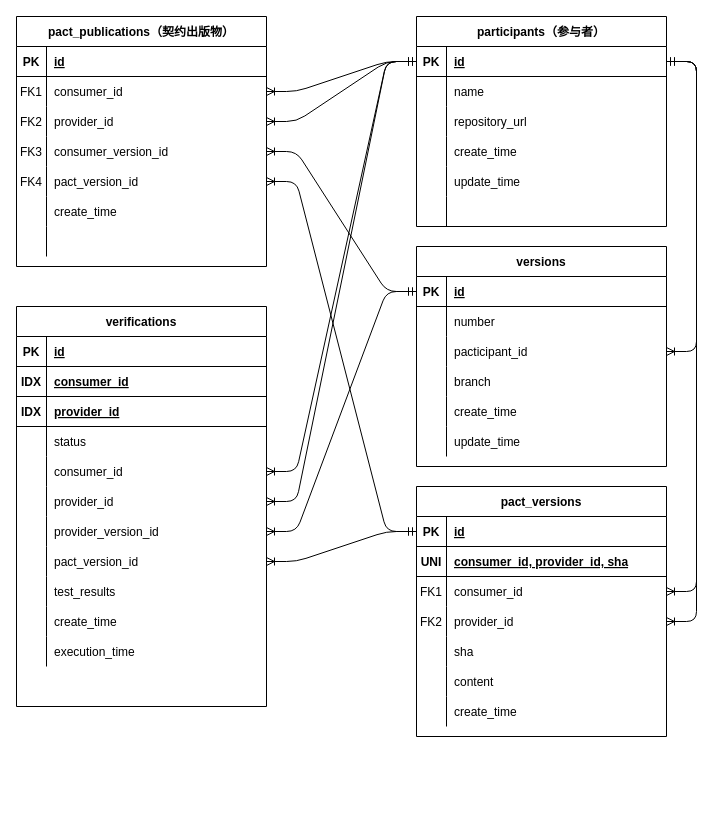
The draw.io diagram pact.drawio in panda-win/pact, before the edit. Source tidied: cells renumbered, new cells numbered last; positions are measured from the earlier drawing's top-left corner, leaving out a move shared by most shapes. Both pictures are drawn from the tidied source at 100%, with x=0, y=0 at pixel (16, 16).
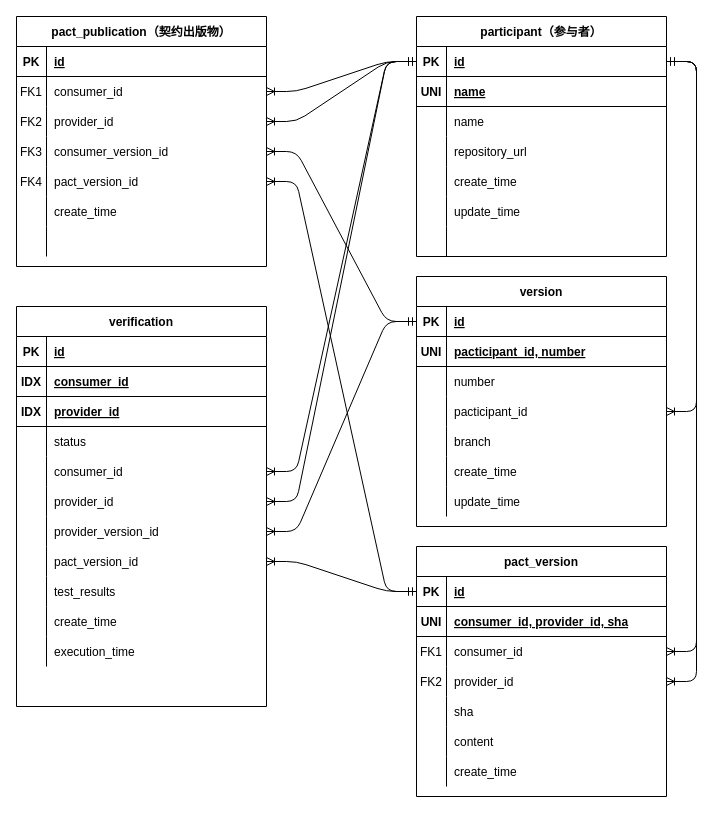
After the change.

Change to the diagram source:
```diff
@@
-    <mxCell id="2" value="pact_publications（契约出版物）" style="shape=table;startSize=30;childLayout=tableLayout;rowLines=0;fontStyle=1;align=center;" parent="1" vertex="1">
+    <mxCell id="2" value="pact_publication（契约出版物）" style="shape=table;startSize=30;childLayout=tableLayout;rowLines=0;fontStyle=1;align=center;" parent="1" vertex="1">
       <mxGeometry width="250" height="250" as="geometry" />
     </mxCell>
@@
-    <mxCell id="24" value="versions" style="shape=table;startSize=30;childLayout=tableLayout;rowLines=0;fontStyle=1;align=center;" parent="1" vertex="1">
-      <mxGeometry x="400" y="230" width="250" height="220" as="geometry" />
+    <mxCell id="24" value="version" style="shape=table;startSize=30;childLayout=tableLayout;rowLines=0;fontStyle=1;align=center;" parent="1" vertex="1">
+      <mxGeometry x="400" y="260" width="250" height="250" as="geometry" />
     </mxCell>
@@
+    <mxCell id="129" style="shape=partialRectangle;fillColor=none;top=0;left=0;right=0;bottom=1;" parent="24" vertex="1">
+      <mxGeometry y="60" width="250" height="30" as="geometry" />
+    </mxCell>
+    <mxCell id="130" value="UNI" style="shape=partialRectangle;overflow=hidden;fillColor=none;top=0;left=0;bottom=0;right=0;fontStyle=1;" parent="129" vertex="1">
+      <mxGeometry width="30" height="30" as="geometry" />
+    </mxCell>
+    <mxCell id="131" value="pacticipant_id, number" style="shape=partialRectangle;overflow=hidden;fillColor=none;top=0;left=0;bottom=0;right=0;align=left;spacingLeft=6;fontStyle=5;" parent="129" vertex="1">
+      <mxGeometry x="30" width="220" height="30" as="geometry" />
+    </mxCell>
     <mxCell id="28" style="shape=partialRectangle;fillColor=none;top=0;left=0;right=0;bottom=0;" parent="24" vertex="1">
-      <mxGeometry y="60" width="250" height="30" as="geometry" />
+      <mxGeometry y="90" width="250" height="30" as="geometry" />
     </mxCell>
@@
     <mxCell id="31" style="shape=partialRectangle;fillColor=none;points=[[0,0.5],[1,0.5]];portConstraint=eastwest;top=0;left=0;right=0;bottom=0;" parent="24" vertex="1">
-      <mxGeometry y="90" width="250" height="30" as="geometry" />
+      <mxGeometry y="120" width="250" height="30" as="geometry" />
     </mxCell>
@@
     <mxCell id="34" style="shape=partialRectangle;fillColor=none;top=0;left=0;right=0;bottom=0;" parent="24" vertex="1">
-      <mxGeometry y="120" width="250" height="30" as="geometry" />
+      <mxGeometry y="150" width="250" height="30" as="geometry" />
     </mxCell>
@@
     <mxCell id="37" style="shape=partialRectangle;fillColor=none;top=0;left=0;right=0;bottom=0;" parent="24" vertex="1">
-      <mxGeometry y="150" width="250" height="30" as="geometry" />
+      <mxGeometry y="180" width="250" height="30" as="geometry" />
     </mxCell>
@@
     <mxCell id="40" style="shape=partialRectangle;fillColor=none;top=0;left=0;right=0;bottom=0;" parent="24" vertex="1">
-      <mxGeometry y="180" width="250" height="30" as="geometry" />
+      <mxGeometry y="210" width="250" height="30" as="geometry" />
     </mxCell>
@@
-    <mxCell id="43" value="participants（参与者）" style="shape=table;startSize=30;childLayout=tableLayout;rowLines=0;fontStyle=1;align=center;" parent="1" vertex="1">
-      <mxGeometry x="400" width="250" height="210" as="geometry" />
+    <mxCell id="43" value="participant（参与者）" style="shape=table;startSize=30;childLayout=tableLayout;rowLines=0;fontStyle=1;align=center;" parent="1" vertex="1">
+      <mxGeometry x="400" width="250" height="240" as="geometry" />
     </mxCell>
@@
+    <mxCell id="132" style="shape=partialRectangle;fillColor=none;top=0;left=0;right=0;bottom=1;" parent="43" vertex="1">
+      <mxGeometry y="60" width="250" height="30" as="geometry" />
+    </mxCell>
+    <mxCell id="133" value="UNI" style="shape=partialRectangle;overflow=hidden;fillColor=none;top=0;left=0;bottom=0;right=0;fontStyle=1;" parent="132" vertex="1">
+      <mxGeometry width="30" height="30" as="geometry" />
+    </mxCell>
+    <mxCell id="134" value="name" style="shape=partialRectangle;overflow=hidden;fillColor=none;top=0;left=0;bottom=0;right=0;align=left;spacingLeft=6;fontStyle=5;" parent="132" vertex="1">
+      <mxGeometry x="30" width="220" height="30" as="geometry" />
+    </mxCell>
     <mxCell id="47" style="shape=partialRectangle;fillColor=none;top=0;left=0;right=0;bottom=0;" parent="43" vertex="1">
-      <mxGeometry y="60" width="250" height="30" as="geometry" />
+      <mxGeometry y="90" width="250" height="30" as="geometry" />
     </mxCell>
@@
     <mxCell id="50" style="shape=partialRectangle;fillColor=none;top=0;left=0;right=0;bottom=0;" parent="43" vertex="1">
-      <mxGeometry y="90" width="250" height="30" as="geometry" />
+      <mxGeometry y="120" width="250" height="30" as="geometry" />
     </mxCell>
@@
     <mxCell id="53" style="shape=partialRectangle;fillColor=none;top=0;left=0;right=0;bottom=0;" parent="43" vertex="1">
-      <mxGeometry y="120" width="250" height="30" as="geometry" />
+      <mxGeometry y="150" width="250" height="30" as="geometry" />
     </mxCell>
@@
     <mxCell id="56" style="shape=partialRectangle;fillColor=none;top=0;left=0;right=0;bottom=0;" parent="43" vertex="1">
-      <mxGeometry y="150" width="250" height="30" as="geometry" />
+      <mxGeometry y="180" width="250" height="30" as="geometry" />
     </mxCell>
@@
     <mxCell id="59" style="shape=partialRectangle;fillColor=none;top=0;left=0;right=0;bottom=0;" parent="43" vertex="1">
-      <mxGeometry y="180" width="250" height="30" as="geometry" />
+      <mxGeometry y="210" width="250" height="30" as="geometry" />
     </mxCell>
@@
-    <mxCell id="62" value="pact_versions" style="shape=table;startSize=30;childLayout=tableLayout;rowLines=0;fontStyle=1;align=center;" parent="1" vertex="1">
-      <mxGeometry x="400" y="470" width="250" height="250" as="geometry" />
+    <mxCell id="62" value="pact_version" style="shape=table;startSize=30;childLayout=tableLayout;rowLines=0;fontStyle=1;align=center;" parent="1" vertex="1">
+      <mxGeometry x="400" y="530" width="250" height="250" as="geometry" />
     </mxCell>
@@
-    <mxCell id="89" value="verifications" style="shape=table;startSize=30;childLayout=tableLayout;rowLines=0;fontStyle=1;align=center;" parent="1" vertex="1">
+    <mxCell id="89" value="verification" style="shape=table;startSize=30;childLayout=tableLayout;rowLines=0;fontStyle=1;align=center;" parent="1" vertex="1">
       <mxGeometry y="290" width="250" height="400" as="geometry" />
     </mxCell>
```
